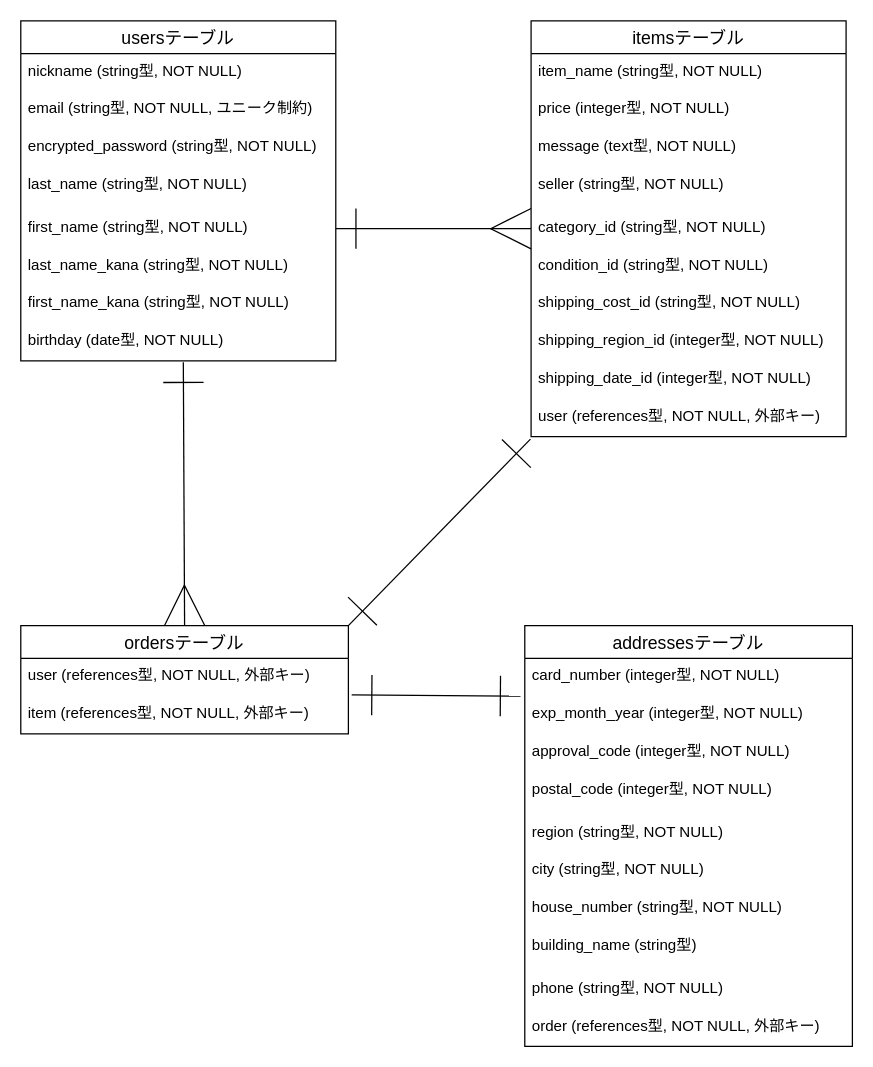
Earlier version of the draw.io diagram furima.dio (31tomo/furima-40040). Source tidied: cells renumbered, new cells numbered last; positions are measured from the earlier drawing's top-left corner, leaving out a move shared by most shapes. Both pictures are drawn from the tidied source at 126%, with x=0, y=0 at pixel (20, 20).
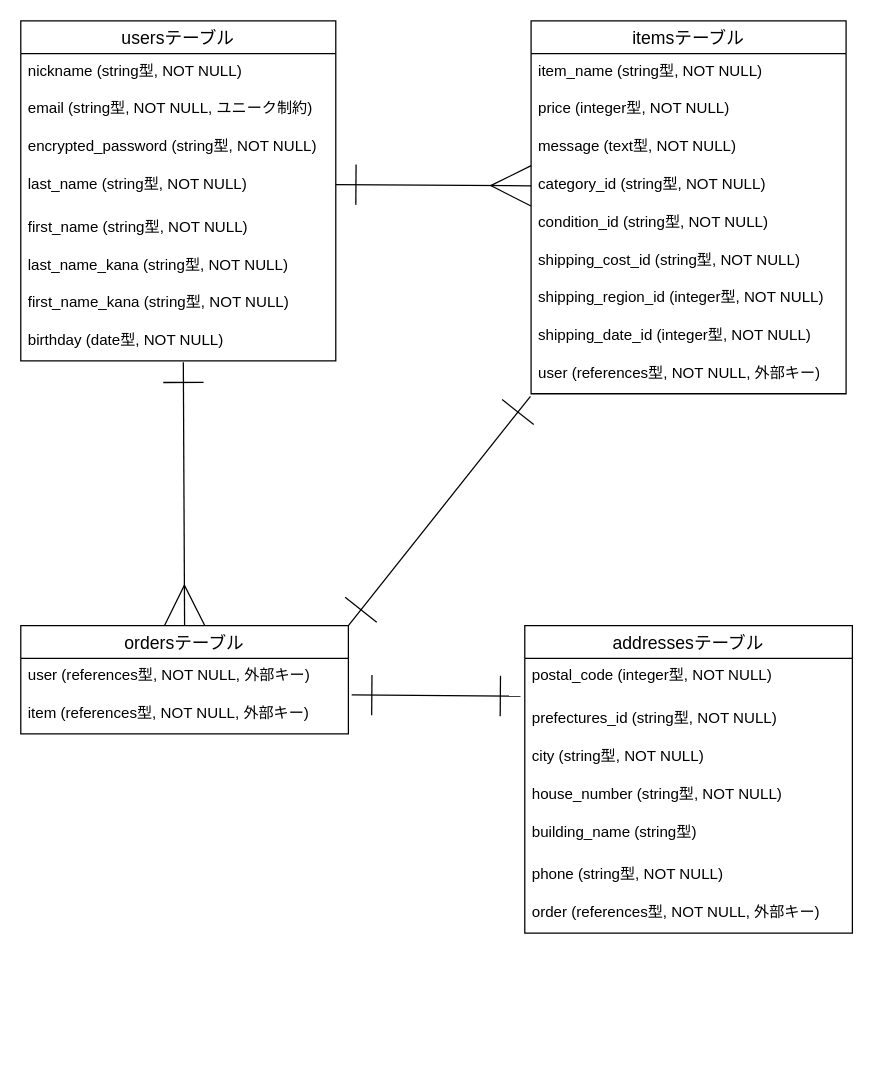
The same diagram, later.

Commit message (it also covers changes not shown here):
データベース設計の修正2

Unchanged cells that the change refers to:
```xml
<mxCell id="7" value="first_name (string型, NOT NULL)" style="text;strokeColor=none;fillColor=none;spacingLeft=4;spacingRight=4;overflow=hidden;points=[[0,0.5],[1,0.5]];portConstraint=eastwest;fontSize=12;" parent="2" vertex="1">
  <mxGeometry y="150" width="250" height="30" as="geometry" />
</mxCell>
<mxCell id="26" value="item (references型, NOT NULL, 外部キー)" style="text;strokeColor=none;fillColor=none;spacingLeft=4;spacingRight=4;overflow=hidden;points=[[0,0.5],[1,0.5]];portConstraint=eastwest;fontSize=12;" parent="24" vertex="1">
  <mxGeometry y="56" width="260" height="30" as="geometry" />
</mxCell>
```

The edit, as a diff of the source:
```diff
@@
     <mxCell id="11" value="itemsテーブル" style="swimlane;fontStyle=0;horizontal=1;startSize=26;align=center;fontSize=14;" parent="1" vertex="1">
-      <mxGeometry x="405" width="250" height="330" as="geometry" />
+      <mxGeometry x="405" width="250" height="296" as="geometry" />
     </mxCell>
@@
-    <mxCell id="15" value="seller (string型, NOT NULL)" style="text;strokeColor=none;fillColor=none;spacingLeft=4;spacingRight=4;overflow=hidden;fontSize=12;" parent="11" vertex="1">
-      <mxGeometry y="116" width="250" height="34" as="geometry" />
-    </mxCell>
     <mxCell id="16" value="category_id (string型, NOT NULL)" style="text;strokeColor=none;fillColor=none;spacingLeft=4;spacingRight=4;overflow=hidden;points=[[0,0.5],[1,0.5]];portConstraint=eastwest;fontSize=12;" parent="11" vertex="1">
-      <mxGeometry y="150" width="250" height="30" as="geometry" />
+      <mxGeometry y="116" width="250" height="30" as="geometry" />
     </mxCell>
     <mxCell id="17" value="condition_id (string型, NOT NULL)" style="text;strokeColor=none;fillColor=none;spacingLeft=4;spacingRight=4;overflow=hidden;fontSize=12;" parent="11" vertex="1">
-      <mxGeometry y="180" width="250" height="30" as="geometry" />
+      <mxGeometry y="146" width="250" height="30" as="geometry" />
     </mxCell>
     <mxCell id="18" value="shipping_cost_id (string型, NOT NULL)" style="text;strokeColor=none;fillColor=none;spacingLeft=4;spacingRight=4;overflow=hidden;fontSize=12;" parent="11" vertex="1">
-      <mxGeometry y="210" width="250" height="30" as="geometry" />
+      <mxGeometry y="176" width="250" height="30" as="geometry" />
     </mxCell>
     <mxCell id="19" value="shipping_region_id (integer型, NOT NULL)" style="text;strokeColor=none;fillColor=none;spacingLeft=4;spacingRight=4;overflow=hidden;fontSize=12;" parent="11" vertex="1">
-      <mxGeometry y="240" width="250" height="30" as="geometry" />
+      <mxGeometry y="206" width="250" height="30" as="geometry" />
     </mxCell>
     <mxCell id="20" value="shipping_date_id (integer型, NOT NULL)" style="text;strokeColor=none;fillColor=none;spacingLeft=4;spacingRight=4;overflow=hidden;fontSize=12;" parent="11" vertex="1">
-      <mxGeometry y="270" width="250" height="30" as="geometry" />
+      <mxGeometry y="236" width="250" height="30" as="geometry" />
     </mxCell>
     <mxCell id="21" value="user (references型, NOT NULL, 外部キー)" style="text;strokeColor=none;fillColor=none;spacingLeft=4;spacingRight=4;overflow=hidden;points=[[0,0.5],[1,0.5]];portConstraint=eastwest;fontSize=12;" parent="11" vertex="1">
-      <mxGeometry y="300" width="250" height="30" as="geometry" />
+      <mxGeometry y="266" width="250" height="30" as="geometry" />
     </mxCell>
@@
     <mxCell id="27" value="addressesテーブル" style="swimlane;fontStyle=0;horizontal=1;startSize=26;align=center;fontSize=14;" parent="1" vertex="1">
-      <mxGeometry x="400" y="480" width="260" height="334" as="geometry" />
+      <mxGeometry x="400" y="480" width="260" height="244" as="geometry" />
     </mxCell>
-    <mxCell id="28" value="card_number (integer型, NOT NULL)" style="text;strokeColor=none;fillColor=none;spacingLeft=4;spacingRight=4;overflow=hidden;points=[[0,0.5],[1,0.5]];portConstraint=eastwest;fontSize=12;" parent="27" vertex="1">
-      <mxGeometry y="26" width="260" height="30" as="geometry" />
-    </mxCell>
-    <mxCell id="29" value="exp_month_year (integer型, NOT NULL)" style="text;strokeColor=none;fillColor=none;spacingLeft=4;spacingRight=4;overflow=hidden;fontSize=12;" parent="27" vertex="1">
-      <mxGeometry y="56" width="260" height="30" as="geometry" />
-    </mxCell>
-    <mxCell id="30" value="approval_code (integer型, NOT NULL)" style="text;strokeColor=none;fillColor=none;spacingLeft=4;spacingRight=4;overflow=hidden;fontSize=12;" parent="27" vertex="1">
-      <mxGeometry y="86" width="260" height="30" as="geometry" />
-    </mxCell>
     <mxCell id="31" value="postal_code (integer型, NOT NULL)" style="text;strokeColor=none;fillColor=none;spacingLeft=4;spacingRight=4;overflow=hidden;fontSize=12;" parent="27" vertex="1">
-      <mxGeometry y="116" width="260" height="34" as="geometry" />
+      <mxGeometry y="26" width="260" height="34" as="geometry" />
     </mxCell>
-    <mxCell id="32" value="region (string型, NOT NULL)" style="text;strokeColor=none;fillColor=none;spacingLeft=4;spacingRight=4;overflow=hidden;fontSize=12;" parent="27" vertex="1">
-      <mxGeometry y="150" width="260" height="30" as="geometry" />
+    <mxCell id="32" value="prefectures_id (string型, NOT NULL)" style="text;strokeColor=none;fillColor=none;spacingLeft=4;spacingRight=4;overflow=hidden;fontSize=12;" parent="27" vertex="1">
+      <mxGeometry y="60" width="260" height="30" as="geometry" />
     </mxCell>
     <mxCell id="33" value="city (string型, NOT NULL)" style="text;strokeColor=none;fillColor=none;spacingLeft=4;spacingRight=4;overflow=hidden;fontSize=12;" parent="27" vertex="1">
-      <mxGeometry y="180" width="260" height="30" as="geometry" />
+      <mxGeometry y="90" width="260" height="30" as="geometry" />
     </mxCell>
     <mxCell id="34" value="house_number (string型, NOT NULL)" style="text;strokeColor=none;fillColor=none;spacingLeft=4;spacingRight=4;overflow=hidden;fontSize=12;" parent="27" vertex="1">
-      <mxGeometry y="210" width="260" height="30" as="geometry" />
+      <mxGeometry y="120" width="260" height="30" as="geometry" />
     </mxCell>
     <mxCell id="35" value="building_name (string型)" style="text;strokeColor=none;fillColor=none;spacingLeft=4;spacingRight=4;overflow=hidden;fontSize=12;" parent="27" vertex="1">
-      <mxGeometry y="240" width="260" height="34" as="geometry" />
+      <mxGeometry y="150" width="260" height="34" as="geometry" />
     </mxCell>
     <mxCell id="36" value="phone (string型, NOT NULL)" style="text;strokeColor=none;fillColor=none;spacingLeft=4;spacingRight=4;overflow=hidden;fontSize=12;" parent="27" vertex="1">
-      <mxGeometry y="274" width="260" height="30" as="geometry" />
+      <mxGeometry y="184" width="260" height="30" as="geometry" />
     </mxCell>
     <mxCell id="37" value="order (references型, NOT NULL, 外部キー)" style="text;strokeColor=none;fillColor=none;spacingLeft=4;spacingRight=4;overflow=hidden;fontSize=12;" parent="27" vertex="1">
-      <mxGeometry y="304" width="260" height="30" as="geometry" />
+      <mxGeometry y="214" width="260" height="30" as="geometry" />
     </mxCell>
-    <mxCell id="38" style="edgeStyle=none;html=1;exitX=1;exitY=0.5;exitDx=0;exitDy=0;endArrow=ERmany;endFill=0;startArrow=ERone;startFill=0;endSize=30;startSize=30;entryX=0;entryY=0.5;entryDx=0;entryDy=0;" parent="1" edge="1" source="7" target="16">
-      <mxGeometry relative="1" as="geometry" />
+    <mxCell id="38" style="edgeStyle=none;html=1;endArrow=ERmany;endFill=0;startArrow=ERone;startFill=0;endSize=30;startSize=30;entryX=0;entryY=0.5;entryDx=0;entryDy=0;" parent="1" edge="1" target="16">
+      <mxGeometry relative="1" as="geometry">
+        <mxPoint x="250" y="130" as="sourcePoint" />
+      </mxGeometry>
     </mxCell>
-    <mxCell id="39" style="edgeStyle=none;html=1;strokeWidth=1;startArrow=ERone;startFill=0;endArrow=ERone;endFill=0;startSize=30;endSize=30;targetPerimeterSpacing=7;exitX=1.01;exitY=-0.033;exitDx=0;exitDy=0;exitPerimeter=0;entryX=-0.013;entryY=1;entryDx=0;entryDy=0;entryPerimeter=0;" parent="1" edge="1" source="26" target="28">
-      <mxGeometry relative="1" as="geometry" />
+    <mxCell id="39" style="edgeStyle=none;html=1;strokeWidth=1;startArrow=ERone;startFill=0;endArrow=ERone;endFill=0;startSize=30;endSize=30;targetPerimeterSpacing=7;exitX=1.01;exitY=-0.033;exitDx=0;exitDy=0;exitPerimeter=0;entryX=-0.013;entryY=1;entryDx=0;entryDy=0;entryPerimeter=0;" parent="1" edge="1" source="26">
+      <mxGeometry relative="1" as="geometry">
+        <mxPoint x="396.6" y="536" as="targetPoint" />
+      </mxGeometry>
     </mxCell>
```
